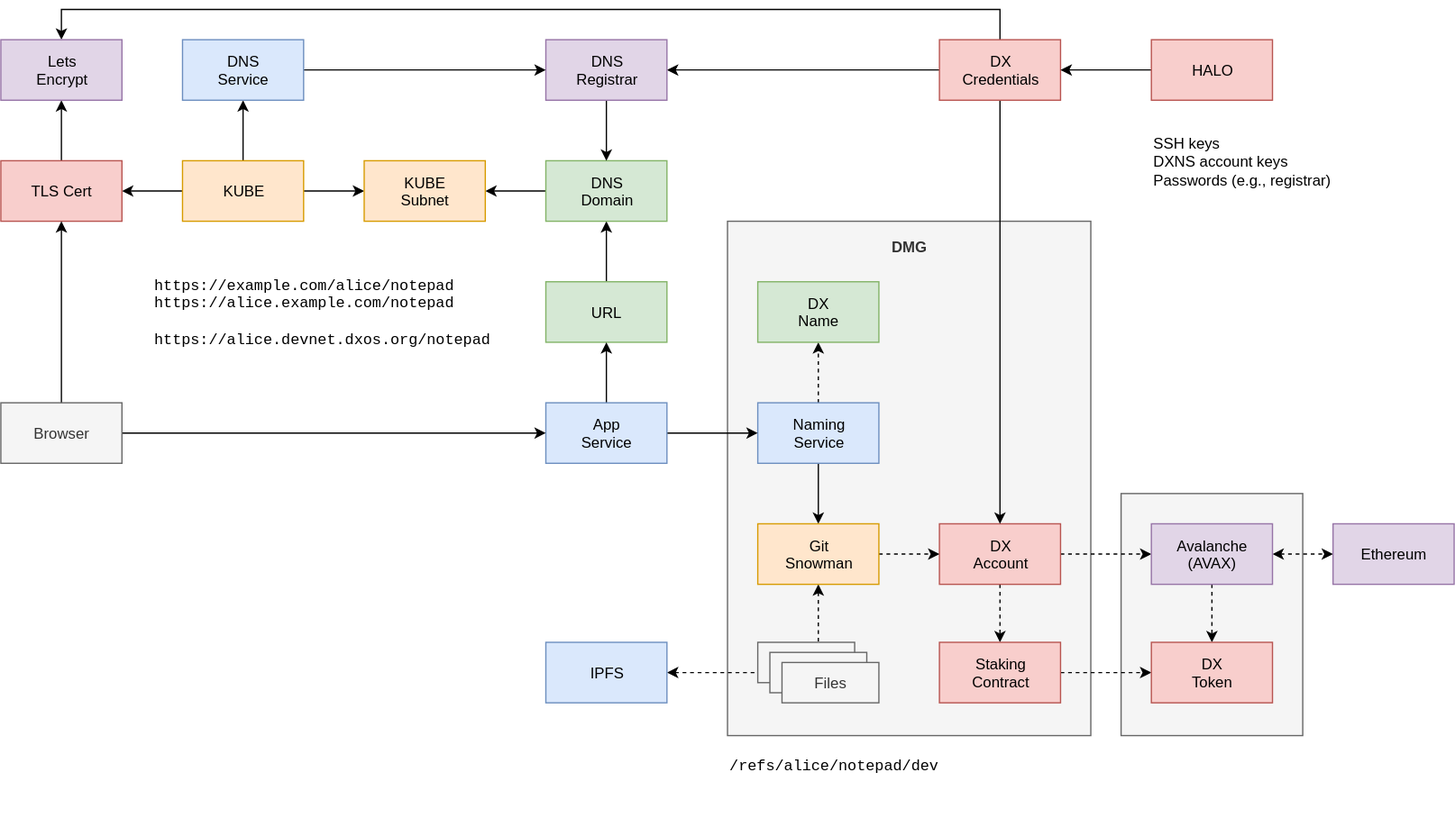
The draw.io diagram docs/design/diagrams/meta-graph-schematic.drawio.svg in dxos/dxos, before a commit. Source tidied: cells renumbered, new cells last; positions are measured from the earlier drawing's top-left corner, leaving out a move shared by most shapes.
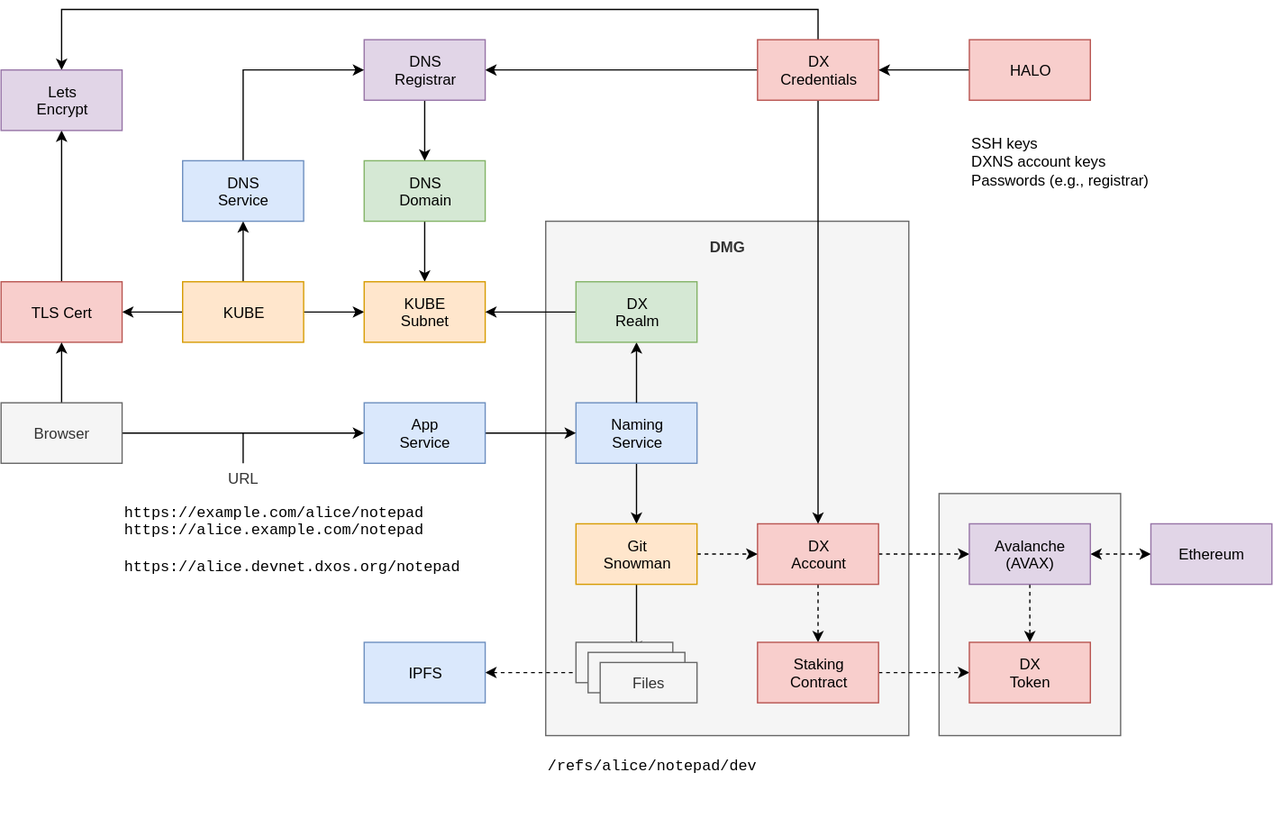
The same file after the commit.

Change to the diagram source:
```diff
@@ -8,22 +8,13 @@
     <mxCell id="3" value="DMG" style="rounded=0;whiteSpace=wrap;html=1;fillColor=#f5f5f5;strokeColor=#666666;fontColor=#333333;verticalAlign=top;fontStyle=1;spacingTop=6;" parent="1" vertex="1">
       <mxGeometry x="576" y="168" width="288" height="408" as="geometry" />
     </mxCell>
-    <mxCell id="4" style="edgeStyle=orthogonalEdgeStyle;rounded=0;jettySize=auto;html=1;exitX=0.5;exitY=0;exitDx=0;exitDy=0;fontFamily=Courier New;" parent="1" edge="1" source="5" target="10">
-      <mxGeometry relative="1" as="geometry" />
-    </mxCell>
-    <mxCell id="5" value="URL" style="rounded=0;whiteSpace=wrap;html=1;fillColor=#d5e8d4;strokeColor=#82b366;" parent="1" vertex="1">
-      <mxGeometry x="432" y="216" width="96" height="48" as="geometry" />
-    </mxCell>
     <mxCell id="6" style="edgeStyle=orthogonalEdgeStyle;rounded=0;jettySize=auto;html=1;exitX=0.5;exitY=1;exitDx=0;exitDy=0;fontFamily=Courier New;" parent="1" edge="1" source="8" target="35">
       <mxGeometry relative="1" as="geometry" />
     </mxCell>
-    <mxCell id="7" style="edgeStyle=orthogonalEdgeStyle;rounded=0;jettySize=auto;html=1;exitX=0.5;exitY=0;exitDx=0;exitDy=0;entryX=0.5;entryY=1;entryDx=0;entryDy=0;dashed=1;fontFamily=Courier New;" parent="1" edge="1" source="8" target="47">
-      <mxGeometry relative="1" as="geometry" />
-    </mxCell>
     <mxCell id="8" value="Naming&lt;br&gt;Service" style="rounded=0;whiteSpace=wrap;html=1;fillColor=#dae8fc;strokeColor=#6c8ebf;" parent="1" vertex="1">
       <mxGeometry x="600" y="312" width="96" height="48" as="geometry" />
     </mxCell>
-    <mxCell id="9" style="edgeStyle=orthogonalEdgeStyle;rounded=0;jettySize=auto;html=1;exitX=0;exitY=0.5;exitDx=0;exitDy=0;fontFamily=Courier New;" parent="1" edge="1" source="10" target="32">
+    <mxCell id="9" style="edgeStyle=orthogonalEdgeStyle;rounded=0;jettySize=auto;html=1;exitX=0.5;exitY=1;exitDx=0;exitDy=0;fontFamily=Courier New;" parent="1" edge="1" source="10" target="32">
       <mxGeometry relative="1" as="geometry" />
     </mxCell>
     <mxCell id="10" value="DNS&lt;br&gt;Domain" style="rounded=0;whiteSpace=wrap;html=1;fillColor=#d5e8d4;strokeColor=#82b366;" parent="1" vertex="1">
@@ -45,7 +36,7 @@
       <mxGeometry relative="1" as="geometry">
         <Array as="points">
           <mxPoint x="792" />
-          <mxPoint x="48" />
+          <mxPoint x="192" />
         </Array>
       </mxGeometry>
     </mxCell>
@@ -74,36 +65,40 @@
       <mxGeometry relative="1" as="geometry" />
     </mxCell>
     <mxCell id="24" value="KUBE" style="rounded=0;whiteSpace=wrap;html=1;fillColor=#ffe6cc;strokeColor=#d79b00;" parent="1" vertex="1">
-      <mxGeometry x="144" y="120" width="96" height="48" as="geometry" />
+      <mxGeometry x="288" y="216" width="96" height="48" as="geometry" />
     </mxCell>
-    <mxCell id="25" style="edgeStyle=orthogonalEdgeStyle;rounded=0;jettySize=auto;html=1;exitX=1;exitY=0.5;exitDx=0;exitDy=0;fontFamily=Courier New;" parent="1" edge="1" source="26" target="20">
-      <mxGeometry relative="1" as="geometry" />
+    <mxCell id="25" style="edgeStyle=orthogonalEdgeStyle;rounded=0;jettySize=auto;html=1;exitX=0.5;exitY=0;exitDx=0;exitDy=0;fontFamily=Courier New;" parent="1" edge="1" source="26" target="20">
+      <mxGeometry relative="1" as="geometry">
+        <Array as="points">
+          <mxPoint x="336" y="48" />
+        </Array>
+      </mxGeometry>
     </mxCell>
     <mxCell id="26" value="DNS&lt;br&gt;Service" style="rounded=0;whiteSpace=wrap;html=1;fillColor=#dae8fc;strokeColor=#6c8ebf;" parent="1" vertex="1">
-      <mxGeometry x="144" y="24" width="96" height="48" as="geometry" />
+      <mxGeometry x="288" y="120" width="96" height="48" as="geometry" />
     </mxCell>
     <mxCell id="27" value="https://example.com/alice/notepad&lt;br&gt;https://alice.example.com/notepad&lt;br&gt;&lt;br&gt;https://alice.devnet.dxos.org/notepad" style="rounded=0;whiteSpace=wrap;html=1;fillColor=none;strokeColor=none;align=left;verticalAlign=middle;fontFamily=Courier New;fontStyle=0;" parent="1" vertex="1">
-      <mxGeometry x="120" y="216" width="264" height="48" as="geometry" />
+      <mxGeometry x="240" y="396" width="264" height="48" as="geometry" />
     </mxCell>
     <mxCell id="28" style="edgeStyle=orthogonalEdgeStyle;rounded=0;jettySize=auto;html=1;exitX=0.5;exitY=0;exitDx=0;exitDy=0;" parent="1" edge="1" source="29" target="30">
       <mxGeometry relative="1" as="geometry" />
     </mxCell>
     <mxCell id="29" value="TLS Cert" style="rounded=0;whiteSpace=wrap;html=1;fillColor=#f8cecc;strokeColor=#b85450;" parent="1" vertex="1">
-      <mxGeometry y="120" width="96" height="48" as="geometry" />
+      <mxGeometry x="144" y="216" width="96" height="48" as="geometry" />
     </mxCell>
     <mxCell id="30" value="Lets&lt;br&gt;Encrypt" style="rounded=0;whiteSpace=wrap;html=1;fillColor=#e1d5e7;strokeColor=#9673a6;" parent="1" vertex="1">
-      <mxGeometry y="24" width="96" height="48" as="geometry" />
+      <mxGeometry x="144" y="48" width="96" height="48" as="geometry" />
     </mxCell>
     <mxCell id="31" value="/refs/alice/notepad/dev" style="rounded=0;whiteSpace=wrap;html=1;fillColor=none;strokeColor=none;align=left;verticalAlign=middle;fontFamily=Courier New;fontStyle=0;" parent="1" vertex="1">
       <mxGeometry x="576" y="576" width="192" height="48" as="geometry" />
     </mxCell>
     <mxCell id="32" value="KUBE&lt;br&gt;Subnet" style="rounded=0;whiteSpace=wrap;html=1;fillColor=#ffe6cc;strokeColor=#d79b00;" parent="1" vertex="1">
-      <mxGeometry x="288" y="120" width="96" height="48" as="geometry" />
+      <mxGeometry x="432" y="216" width="96" height="48" as="geometry" />
     </mxCell>
     <mxCell id="33" style="edgeStyle=orthogonalEdgeStyle;rounded=0;jettySize=auto;html=1;exitX=1;exitY=0.5;exitDx=0;exitDy=0;dashed=1;fontFamily=Courier New;" parent="1" edge="1" source="35" target="13">
       <mxGeometry relative="1" as="geometry" />
     </mxCell>
-    <mxCell id="34" style="edgeStyle=orthogonalEdgeStyle;rounded=0;jettySize=auto;html=1;exitX=0.5;exitY=1;exitDx=0;exitDy=0;entryX=0.5;entryY=0;entryDx=0;entryDy=0;dashed=1;startArrow=classic;startFill=1;endArrow=none;endFill=0;fontFamily=Courier New;" parent="1" edge="1" source="35" target="55">
+    <mxCell id="34" style="edgeStyle=orthogonalEdgeStyle;rounded=0;jettySize=auto;html=1;exitX=0.5;exitY=1;exitDx=0;exitDy=0;entryX=0.5;entryY=0;entryDx=0;entryDy=0;startArrow=none;startFill=0;endArrow=classic;endFill=1;fontFamily=Courier New;" parent="1" edge="1" source="35" target="55">
       <mxGeometry relative="1" as="geometry" />
     </mxCell>
     <mxCell id="35" value="Git&lt;br&gt;Snowman" style="rounded=0;whiteSpace=wrap;html=1;fillColor=#ffe6cc;strokeColor=#d79b00;" parent="1" vertex="1">
@@ -112,9 +107,6 @@
     <mxCell id="36" style="edgeStyle=orthogonalEdgeStyle;rounded=0;jettySize=auto;html=1;exitX=1;exitY=0.5;exitDx=0;exitDy=0;fontFamily=Courier New;" parent="1" edge="1" source="38" target="8">
       <mxGeometry relative="1" as="geometry" />
     </mxCell>
-    <mxCell id="37" style="edgeStyle=orthogonalEdgeStyle;rounded=0;jettySize=auto;html=1;exitX=0.5;exitY=0;exitDx=0;exitDy=0;fontFamily=Courier New;" parent="1" edge="1" source="38" target="5">
-      <mxGeometry relative="1" as="geometry" />
-    </mxCell>
     <mxCell id="38" value="App&lt;br&gt;Service" style="rounded=0;whiteSpace=wrap;html=1;fillColor=#dae8fc;strokeColor=#6c8ebf;" parent="1" vertex="1">
       <mxGeometry x="432" y="312" width="96" height="48" as="geometry" />
     </mxCell>
@@ -125,7 +117,7 @@
       <mxGeometry relative="1" as="geometry" />
     </mxCell>
     <mxCell id="41" value="Browser" style="rounded=0;whiteSpace=wrap;html=1;fillColor=#f5f5f5;strokeColor=#666666;fontColor=#333333;" parent="1" vertex="1">
-      <mxGeometry y="312" width="96" height="48" as="geometry" />
+      <mxGeometry x="144" y="312" width="96" height="48" as="geometry" />
     </mxCell>
     <mxCell id="42" style="edgeStyle=orthogonalEdgeStyle;rounded=0;jettySize=auto;html=1;exitX=1;exitY=0.5;exitDx=0;exitDy=0;entryX=0;entryY=0.75;entryDx=0;entryDy=0;dashed=1;startArrow=classic;startFill=1;fontFamily=Courier New;endArrow=none;endFill=0;" parent="1" edge="1" source="43" target="54">
       <mxGeometry relative="1" as="geometry" />
@@ -142,9 +134,9 @@
     <mxCell id="46" value="Avalanche&lt;br&gt;(AVAX)" style="rounded=0;whiteSpace=wrap;html=1;fillColor=#e1d5e7;strokeColor=#9673a6;" parent="1" vertex="1">
       <mxGeometry x="912" y="408" width="96" height="48" as="geometry" />
     </mxCell>
-    <mxCell id="47" value="DX&lt;br&gt;Name" style="rounded=0;whiteSpace=wrap;html=1;fillColor=#d5e8d4;strokeColor=#82b366;" parent="1" vertex="1">
-      <mxGeometry x="600" y="216" width="96" height="48" as="geometry" />
-    </mxCell>
+    <mxCell id="59" style="edgeStyle=orthogonalEdgeStyle;rounded=0;jettySize=auto;html=1;startArrow=none;startFill=0;endArrow=classic;endFill=1;" parent="1" edge="1" source="8" target="61">
+      <mxGeometry relative="1" as="geometry" />
+    </mxCell>
     <mxCell id="48" style="edgeStyle=orthogonalEdgeStyle;rounded=0;jettySize=auto;html=1;exitX=1;exitY=0.5;exitDx=0;exitDy=0;dashed=1;fontFamily=Courier New;" parent="1" edge="1" source="49" target="50">
       <mxGeometry relative="1" as="geometry" />
     </mxCell>
@@ -178,5 +170,19 @@
     <mxCell id="58" value="HALO" style="rounded=0;whiteSpace=wrap;html=1;fillColor=#f8cecc;strokeColor=#b85450;" parent="1" vertex="1">
       <mxGeometry x="912" y="24" width="96" height="48" as="geometry" />
     </mxCell>
+    <mxCell id="60" style="edgeStyle=orthogonalEdgeStyle;rounded=0;jettySize=auto;html=1;exitX=0;exitY=0.5;exitDx=0;exitDy=0;startArrow=none;startFill=0;endArrow=classic;endFill=1;" parent="1" edge="1" source="61" target="32">
+      <mxGeometry relative="1" as="geometry" />
+    </mxCell>
+    <mxCell id="61" value="DX&lt;br&gt;Realm" style="rounded=0;whiteSpace=wrap;html=1;fillColor=#d5e8d4;strokeColor=#82b366;" parent="1" vertex="1">
+      <mxGeometry x="600" y="216" width="96" height="48" as="geometry" />
+    </mxCell>
+    <mxCell id="62" style="edgeStyle=orthogonalEdgeStyle;rounded=0;jettySize=auto;html=1;exitX=0.5;exitY=0;exitDx=0;exitDy=0;startArrow=none;startFill=0;endArrow=none;endFill=0;" parent="1" edge="1" source="5">
+      <mxGeometry relative="1" as="geometry">
+        <mxPoint x="336" y="336" as="targetPoint" />
+      </mxGeometry>
+    </mxCell>
+    <mxCell id="5" value="URL" style="rounded=0;whiteSpace=wrap;html=1;fillColor=none;strokeColor=none;fontColor=#333333;" parent="1" vertex="1">
+      <mxGeometry x="312" y="360" width="48" height="24" as="geometry" />
+    </mxCell>
   </root>
 </mxGraphModel>
```
